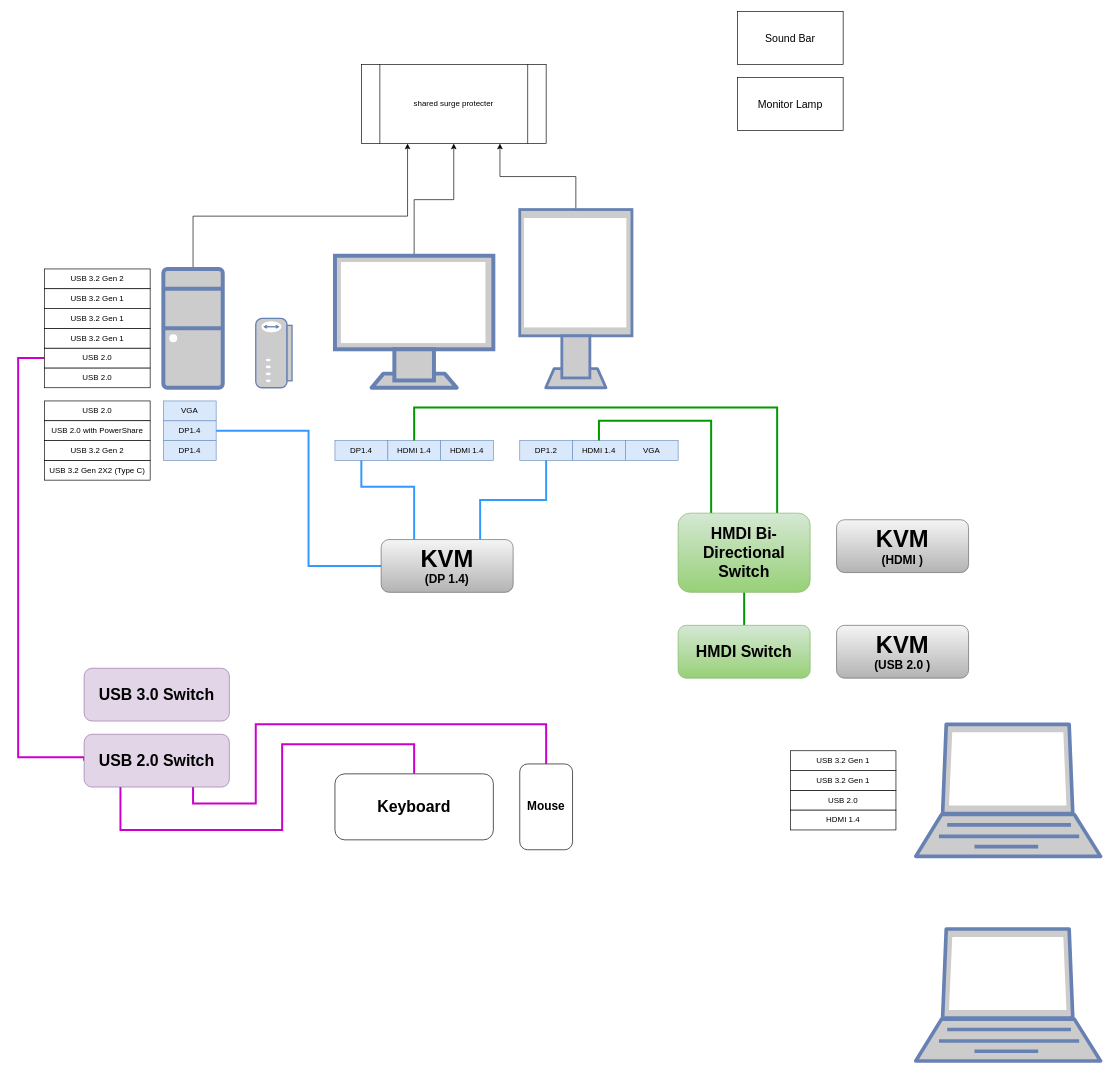
Earlier version of the draw.io diagram desk_design.drawio (johnseetoh25/draw.io_Gallery). Source tidied: cells renumbered, new cells numbered last; positions are measured from the earlier drawing's top-left corner, leaving out a move shared by most shapes. Both pictures are drawn from the tidied source at 66%, with x=0, y=0 at pixel (18, 11).
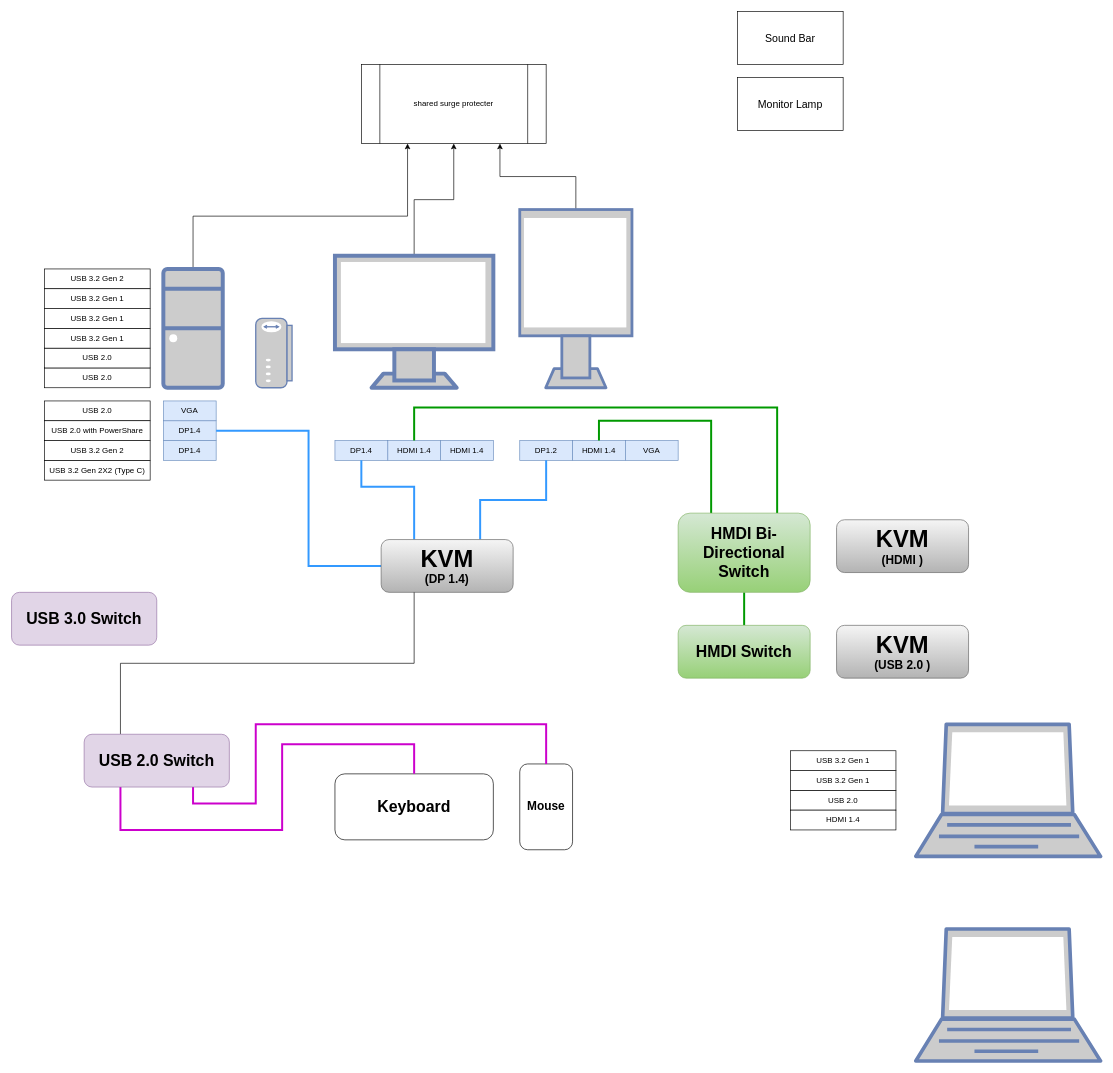
The same diagram, later.

Unchanged cells that the change refers to:
```xml
<mxCell id="22" value="&lt;b&gt;&lt;font style=&quot;&quot;&gt;&lt;span style=&quot;font-size: 36px;&quot;&gt;KVM &lt;/span&gt;&lt;br&gt;&lt;font style=&quot;font-size: 18px;&quot;&gt;(DP 1.4)&lt;/font&gt;&lt;/font&gt;&lt;/b&gt;" style="rounded=1;whiteSpace=wrap;html=1;fillColor=#f5f5f5;gradientColor=#b3b3b3;strokeColor=#666666;" parent="1" vertex="1">
  <mxGeometry x="550" y="800" width="200" height="80" as="geometry" />
</mxCell>
<mxCell id="30" value="USB 2.0" style="rounded=0;whiteSpace=wrap;html=1;" parent="1" vertex="1">
  <mxGeometry x="40" y="510" width="160" height="30" as="geometry" />
</mxCell>
<mxCell id="50" value="&lt;b&gt;&lt;font style=&quot;font-size: 24px;&quot;&gt;USB 2.0 Switch&lt;/font&gt;&lt;/b&gt;" style="rounded=1;whiteSpace=wrap;html=1;fillColor=#e1d5e7;strokeColor=#9673a6;" parent="1" vertex="1">
  <mxGeometry x="100" y="1095" width="220" height="80" as="geometry" />
</mxCell>
```

Change to the diagram source:
```diff
@@
-    <mxCell id="29" style="edgeStyle=orthogonalEdgeStyle;rounded=0;jettySize=auto;html=1;entryX=0;entryY=0.5;entryDx=0;entryDy=0;strokeWidth=3;endArrow=none;endFill=0;strokeColor=#CC00CC;" parent="1" edge="1" source="30" target="50">
-      <mxGeometry relative="1" as="geometry">
-        <Array as="points">
-          <mxPoint y="525" />
-          <mxPoint y="1130" />
-          <mxPoint x="100" y="1130" />
-        </Array>
-      </mxGeometry>
-    </mxCell>
@@
     <mxCell id="34" value="&lt;b&gt;&lt;font style=&quot;font-size: 24px;&quot;&gt;USB 3.0 Switch&lt;/font&gt;&lt;/b&gt;" style="rounded=1;whiteSpace=wrap;html=1;fillColor=#e1d5e7;strokeColor=#9673a6;" parent="1" vertex="1">
-      <mxGeometry x="100" y="995" width="220" height="80" as="geometry" />
+      <mxGeometry x="-10" y="880" width="220" height="80" as="geometry" />
     </mxCell>
@@
+    <mxCell id="55" style="edgeStyle=orthogonalEdgeStyle;rounded=0;jettySize=auto;html=1;entryX=0.25;entryY=1;entryDx=0;entryDy=0;fontSize=12;startSize=8;endSize=8;endArrow=none;endFill=0;exitX=0.25;exitY=0;exitDx=0;exitDy=0;" parent="1" edge="1" source="50" target="22">
+      <mxGeometry relative="1" as="geometry" />
+    </mxCell>
```
